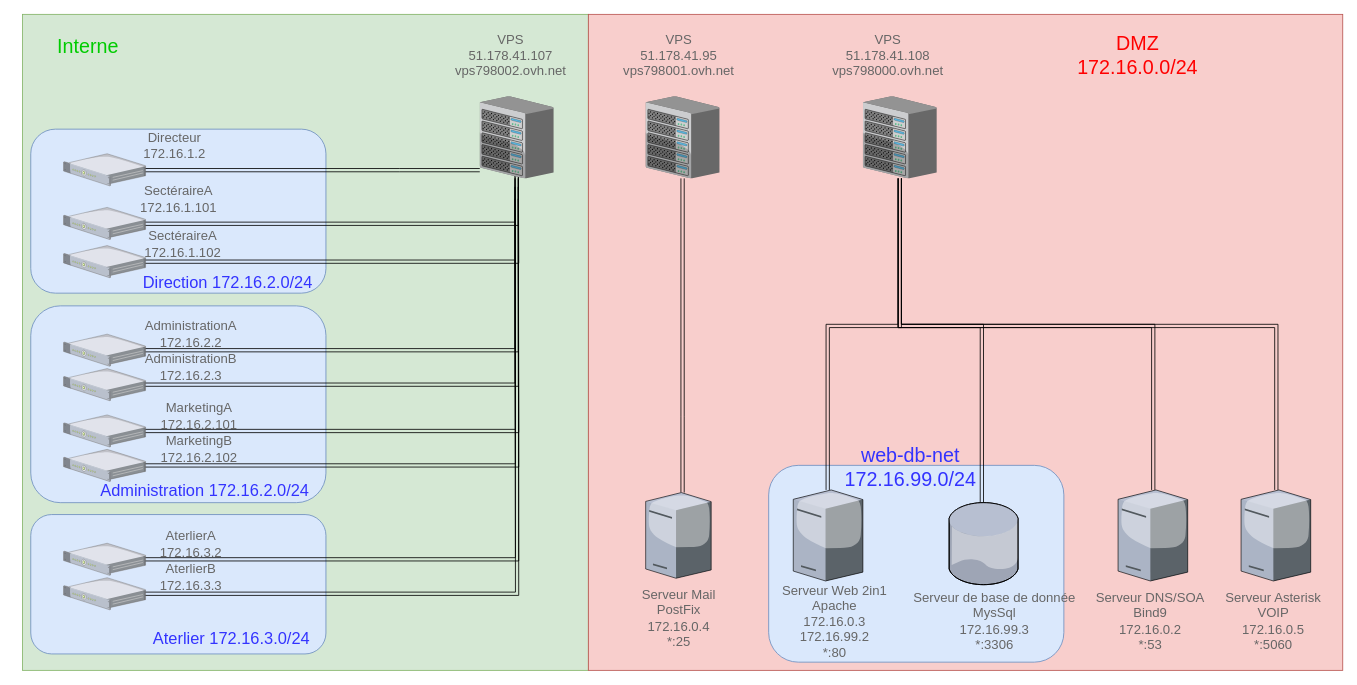
Before: documents/SchémaPhysique.drawio in Frodon001/2tl2AdminGr9, a draw.io diagram. Source tidied: cells renumbered, new cells numbered last; positions are measured from the earlier drawing's top-left corner, leaving out a move shared by most shapes. Both pictures are drawn from the tidied source at 82%, with x=0, y=0 at pixel (14, 14).
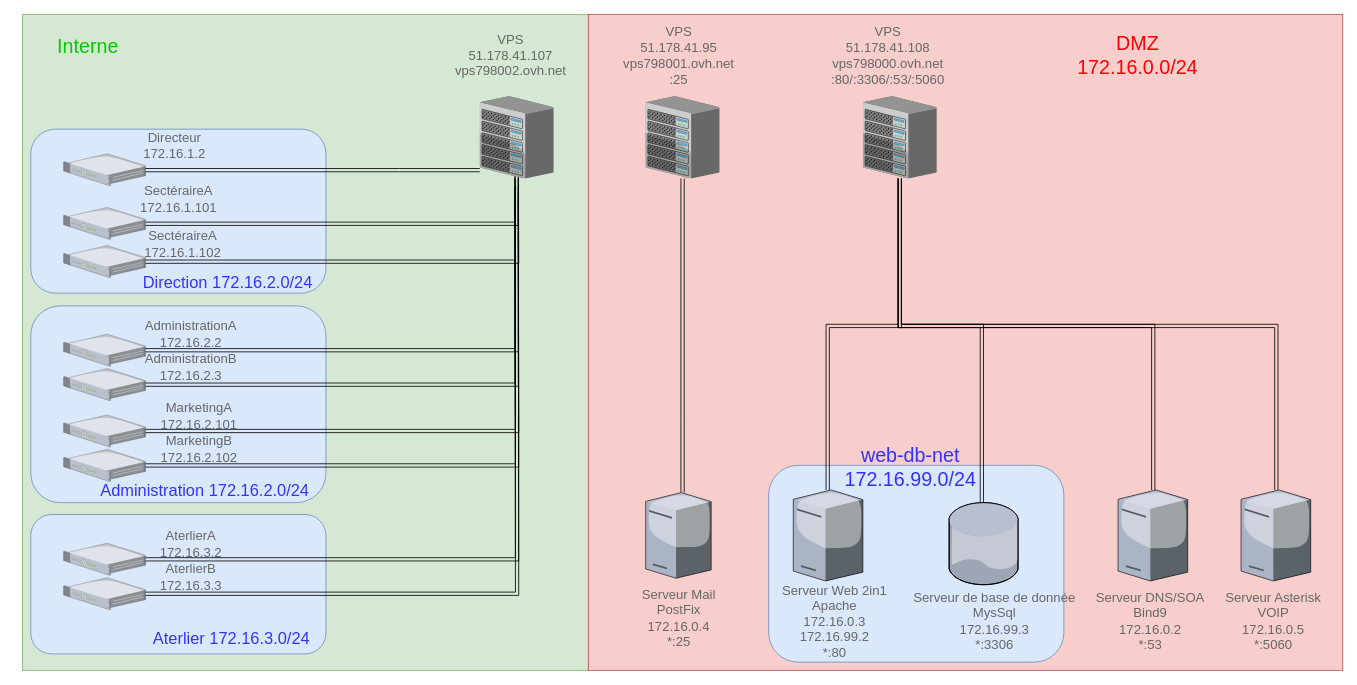
The same diagram, later.

Diff of the diagram source:
```diff
@@
-    <mxCell id="6" value="&lt;font style=&quot;font-size: 16px&quot; color=&quot;#666666&quot;&gt;VPS&lt;br&gt;&lt;/font&gt;&lt;span style=&quot;color: rgb(102 , 102 , 102)&quot;&gt;51.178.41.95&lt;br&gt;&lt;/span&gt;&lt;font color=&quot;#666666&quot;&gt;vps798001.ovh.net&lt;br&gt;&lt;/font&gt;" style="text;html=1;align=center;verticalAlign=middle;fontSize=16;" parent="1" vertex="1">
-      <mxGeometry x="734.9" y="20" width="150" height="60" as="geometry" />
+    <mxCell id="6" value="&lt;font style=&quot;font-size: 16px&quot; color=&quot;#666666&quot;&gt;VPS&lt;br&gt;&lt;/font&gt;&lt;span style=&quot;color: rgb(102 , 102 , 102)&quot;&gt;51.178.41.95&lt;br&gt;&lt;/span&gt;&lt;font color=&quot;#666666&quot;&gt;vps798001.ovh.net&lt;br&gt;:25&lt;br&gt;&lt;/font&gt;" style="text;html=1;align=center;verticalAlign=middle;fontSize=16;" parent="1" vertex="1">
+      <mxGeometry x="734.9" y="10" width="150" height="80" as="geometry" />
     </mxCell>
@@
-    <mxCell id="12" value="&lt;font style=&quot;font-size: 16px&quot; color=&quot;#666666&quot;&gt;VPS&lt;br&gt;&lt;/font&gt;&lt;span style=&quot;color: rgb(102 , 102 , 102)&quot;&gt;51.178.41.108&lt;br&gt;&lt;/span&gt;&lt;font color=&quot;#666666&quot;&gt;vps798000.ovh.net&lt;br&gt;&lt;/font&gt;" style="text;html=1;align=center;verticalAlign=middle;fontSize=16;" parent="1" vertex="1">
-      <mxGeometry x="989.9" y="20" width="150" height="60" as="geometry" />
+    <mxCell id="12" value="&lt;font style=&quot;font-size: 16px&quot; color=&quot;#666666&quot;&gt;VPS&lt;br&gt;&lt;/font&gt;&lt;span style=&quot;color: rgb(102 , 102 , 102)&quot;&gt;51.178.41.108&lt;br&gt;&lt;/span&gt;&lt;font color=&quot;#666666&quot;&gt;vps798000.ovh.net&lt;br&gt;:80/:3306/:53/:5060&lt;br&gt;&lt;/font&gt;" style="text;html=1;align=center;verticalAlign=middle;fontSize=16;" parent="1" vertex="1">
+      <mxGeometry x="989.9" y="10" width="150" height="80" as="geometry" />
     </mxCell>
```
